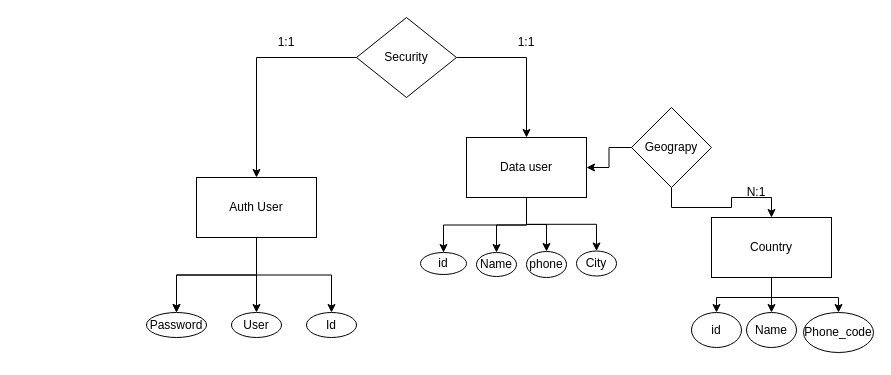
Above: Diagrama sin título.drawio in Rich1308/Proyecto-Fashion-like (draw.io), before the change. Source tidied: cells renumbered, new cells numbered last; positions are measured from the earlier drawing's top-left corner, leaving out a move shared by most shapes. Both pictures are drawn from the tidied source at 100%, with x=0, y=0 at pixel (146, 17).
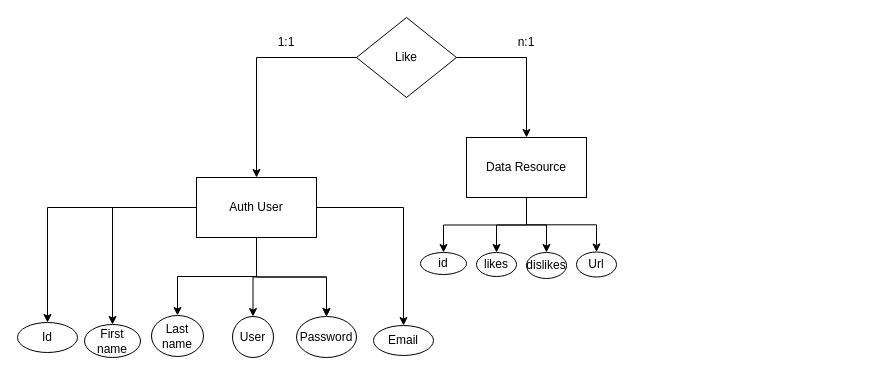
The same page after the edit.

Commit message:
Se modifico el diagrama con base a los nuevos datos y tecnologias empleadas que facilitan su creación.drawio

The change refers to these unchanged cells:
```xml
<mxCell id="6" value="Auth User" style="rounded=0;whiteSpace=wrap;html=1;" parent="1" vertex="1">
  <mxGeometry x="50" y="160" width="120" height="60" as="geometry" />
</mxCell>
```

The edit, as a diff of the source:
```diff
@@
+    <mxCell id="35" style="edgeStyle=orthogonalEdgeStyle;rounded=0;jettySize=auto;html=1;entryX=0.5;entryY=0;entryDx=0;entryDy=0;" parent="1" edge="1" source="6" target="38">
+      <mxGeometry relative="1" as="geometry" />
+    </mxCell>
+    <mxCell id="36" style="edgeStyle=orthogonalEdgeStyle;rounded=0;jettySize=auto;html=1;entryX=0.5;entryY=0;entryDx=0;entryDy=0;" parent="1" edge="1" source="6" target="39">
+      <mxGeometry relative="1" as="geometry" />
+    </mxCell>
+    <mxCell id="37" style="edgeStyle=orthogonalEdgeStyle;rounded=0;jettySize=auto;html=1;" parent="1" edge="1" source="6" target="40">
+      <mxGeometry relative="1" as="geometry" />
+    </mxCell>
@@
     <mxCell id="7" value="Password" style="ellipse;whiteSpace=wrap;html=1;" parent="1" vertex="1">
-      <mxGeometry y="295" width="60" height="25" as="geometry" />
+      <mxGeometry x="150" y="299" width="60" height="41" as="geometry" />
     </mxCell>
     <mxCell id="8" value="User" style="ellipse;whiteSpace=wrap;html=1;" parent="1" vertex="1">
-      <mxGeometry x="85" y="295" width="50" height="25" as="geometry" />
+      <mxGeometry x="86" y="299" width="41" height="41" as="geometry" />
     </mxCell>
     <mxCell id="9" value="Id" style="ellipse;whiteSpace=wrap;html=1;" parent="1" vertex="1">
-      <mxGeometry x="160" y="295" width="50" height="25" as="geometry" />
+      <mxGeometry x="-129" y="305" width="60" height="30" as="geometry" />
     </mxCell>
@@
-    <mxCell id="14" value="Data user" style="rounded=0;whiteSpace=wrap;html=1;" parent="1" vertex="1">
+    <mxCell id="14" value="Data Resource" style="rounded=0;whiteSpace=wrap;html=1;" parent="1" vertex="1">
       <mxGeometry x="320" y="120" width="120" height="60" as="geometry" />
     </mxCell>
@@
-    <mxCell id="16" value="Name" style="ellipse;whiteSpace=wrap;html=1;" parent="1" vertex="1">
+    <mxCell id="16" value="likes" style="ellipse;whiteSpace=wrap;html=1;" parent="1" vertex="1">
       <mxGeometry x="330" y="235" width="40" height="24" as="geometry" />
     </mxCell>
-    <mxCell id="17" value="phone" style="ellipse;whiteSpace=wrap;html=1;" parent="1" vertex="1">
-      <mxGeometry x="380" y="234" width="40" height="26" as="geometry" />
+    <mxCell id="17" value="dislikes" style="ellipse;whiteSpace=wrap;html=1;" parent="1" vertex="1">
+      <mxGeometry x="380" y="235" width="40" height="26" as="geometry" />
     </mxCell>
-    <mxCell id="18" value="City" style="ellipse;whiteSpace=wrap;html=1;" parent="1" vertex="1">
-      <mxGeometry x="430" y="233.5" width="40" height="25" as="geometry" />
+    <mxCell id="18" value="Url" style="ellipse;whiteSpace=wrap;html=1;" parent="1" vertex="1">
+      <mxGeometry x="430" y="234.5" width="40" height="25" as="geometry" />
     </mxCell>
@@
-    <mxCell id="21" value="Security" style="rhombus;whiteSpace=wrap;html=1;" parent="1" vertex="1">
+    <mxCell id="21" value="Like" style="rhombus;whiteSpace=wrap;html=1;" parent="1" vertex="1">
       <mxGeometry x="210" width="100" height="80" as="geometry" />
     </mxCell>
-    <mxCell id="22" value="1:1" style="text;html=1;strokeColor=none;fillColor=none;align=center;verticalAlign=middle;whiteSpace=wrap;rounded=0;" parent="1" vertex="1">
+    <mxCell id="22" value="n:1" style="text;html=1;strokeColor=none;fillColor=none;align=center;verticalAlign=middle;whiteSpace=wrap;rounded=0;" parent="1" vertex="1">
       <mxGeometry x="350" y="10" width="60" height="30" as="geometry" />
     </mxCell>
@@
-    <mxCell id="24" style="edgeStyle=orthogonalEdgeStyle;rounded=0;jettySize=auto;html=1;" parent="1" edge="1" source="26" target="30">
-      <mxGeometry relative="1" as="geometry" />
-    </mxCell>
-    <mxCell id="25" style="edgeStyle=orthogonalEdgeStyle;rounded=0;jettySize=auto;html=1;entryX=1;entryY=0.5;entryDx=0;entryDy=0;" parent="1" edge="1" source="26" target="14">
-      <mxGeometry relative="1" as="geometry" />
-    </mxCell>
-    <mxCell id="26" value="Geograpy" style="rhombus;whiteSpace=wrap;html=1;" parent="1" vertex="1">
-      <mxGeometry x="485" y="90" width="80" height="80" as="geometry" />
-    </mxCell>
-    <mxCell id="27" style="edgeStyle=orthogonalEdgeStyle;rounded=0;jettySize=auto;html=1;" parent="1" edge="1" source="30" target="32">
-      <mxGeometry relative="1" as="geometry" />
-    </mxCell>
-    <mxCell id="28" style="edgeStyle=orthogonalEdgeStyle;rounded=0;jettySize=auto;html=1;entryX=0.5;entryY=0;entryDx=0;entryDy=0;" parent="1" edge="1" source="30" target="31">
-      <mxGeometry relative="1" as="geometry" />
-    </mxCell>
-    <mxCell id="29" style="edgeStyle=orthogonalEdgeStyle;rounded=0;jettySize=auto;html=1;entryX=0.5;entryY=0;entryDx=0;entryDy=0;" parent="1" edge="1" source="30" target="33">
-      <mxGeometry relative="1" as="geometry" />
-    </mxCell>
-    <mxCell id="30" value="Country" style="rounded=0;whiteSpace=wrap;html=1;" parent="1" vertex="1">
-      <mxGeometry x="565" y="200" width="120" height="60" as="geometry" />
-    </mxCell>
-    <mxCell id="31" value="id" style="ellipse;whiteSpace=wrap;html=1;" parent="1" vertex="1">
-      <mxGeometry x="545" y="295" width="50" height="35" as="geometry" />
-    </mxCell>
-    <mxCell id="32" value="Name " style="ellipse;whiteSpace=wrap;html=1;" parent="1" vertex="1">
-      <mxGeometry x="600" y="295" width="50" height="35" as="geometry" />
-    </mxCell>
-    <mxCell id="33" value="Phone_code" style="ellipse;whiteSpace=wrap;html=1;" parent="1" vertex="1">
-      <mxGeometry x="657" y="295" width="70" height="40" as="geometry" />
-    </mxCell>
-    <mxCell id="34" value="N:1" style="text;html=1;strokeColor=none;fillColor=none;align=center;verticalAlign=middle;whiteSpace=wrap;rounded=0;" parent="1" vertex="1">
-      <mxGeometry x="580" y="160" width="60" height="30" as="geometry" />
-    </mxCell>
+    <mxCell id="38" value="Last name" style="ellipse;whiteSpace=wrap;html=1;" parent="1" vertex="1">
+      <mxGeometry x="5" y="298" width="52" height="41" as="geometry" />
+    </mxCell>
+    <mxCell id="39" value="First name" style="ellipse;whiteSpace=wrap;html=1;" parent="1" vertex="1">
+      <mxGeometry x="-62" y="307" width="56" height="33" as="geometry" />
+    </mxCell>
+    <mxCell id="40" value="Email" style="ellipse;whiteSpace=wrap;html=1;" parent="1" vertex="1">
+      <mxGeometry x="227" y="308" width="60" height="30" as="geometry" />
+    </mxCell>
```
